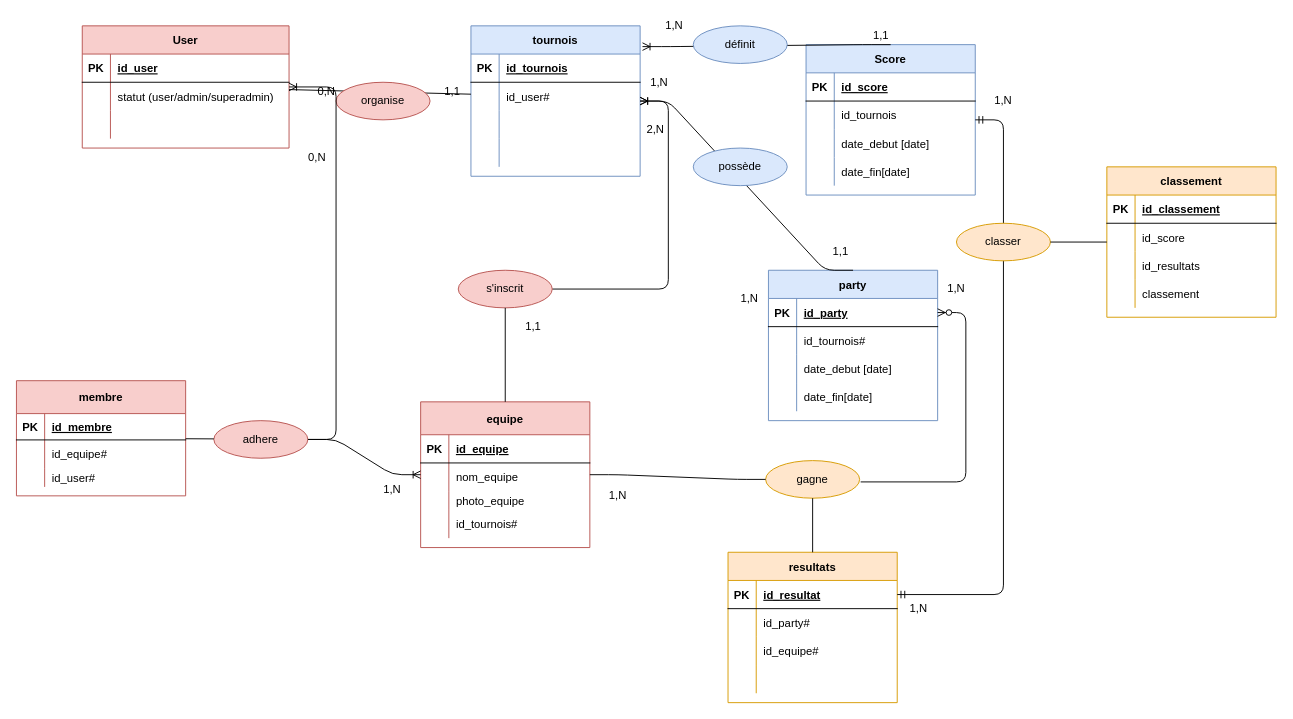
This is Wavy.drawio from Pakulic/Maquettage_Site_web, a draw.io file, before an edit. Source tidied: cells renumbered, new cells numbered last; positions are measured from the earlier drawing's top-left corner, leaving out a move shared by most shapes. Both pictures are drawn from the tidied source at 94%, with x=0, y=0 at pixel (16, 16).
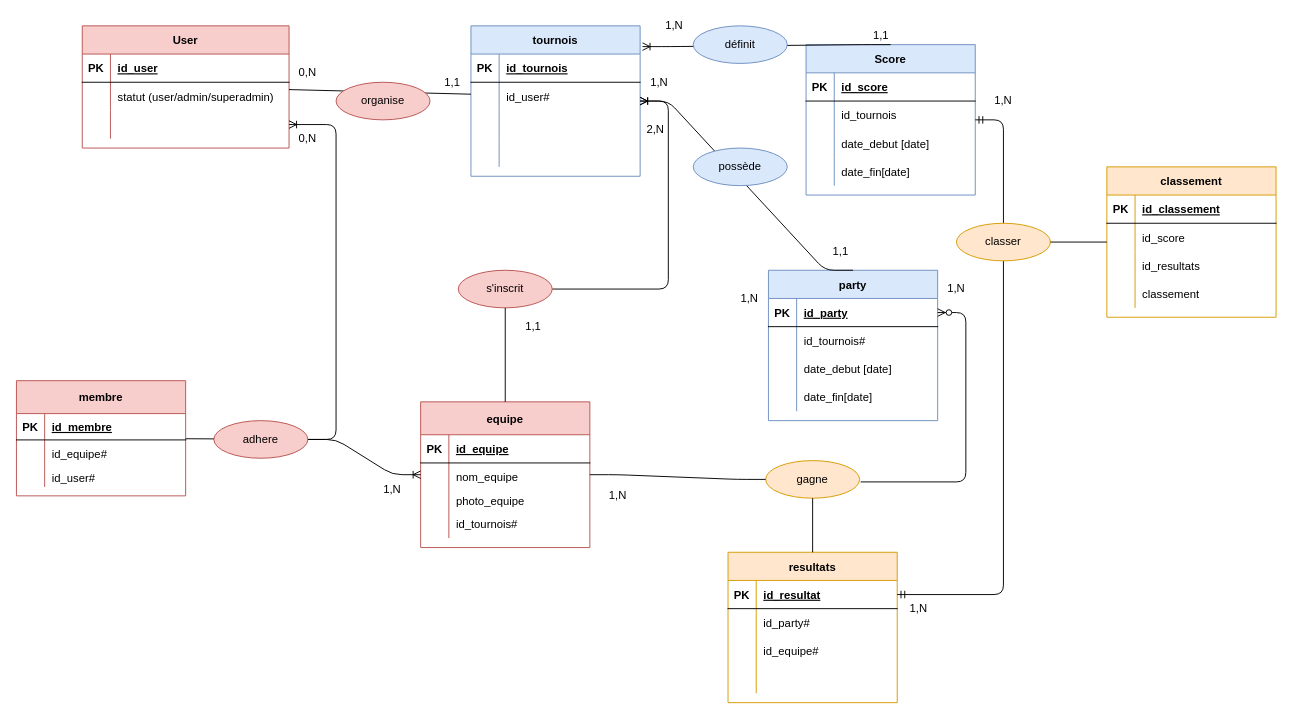
The same diagram, later.

The change refers to these unchanged cells:
```xml
<mxCell id="2" value="User" style="shape=table;startSize=30;childLayout=tableLayout;rowLines=0;fontStyle=1;align=center;fillColor=#f8cecc;strokeColor=#b85450;" parent="1" vertex="1">
  <mxGeometry x="70" y="10" width="220" height="130" as="geometry" />
</mxCell>
<mxCell id="9" style="shape=partialRectangle;fillColor=none;top=0;left=0;bottom=0;right=0;points=[[0,0.5],[1,0.5]];portConstraint=eastwest;" parent="2" vertex="1">
  <mxGeometry y="90" width="220" height="30" as="geometry" />
</mxCell>
<mxCell id="122" value="adhere" style="ellipse;whiteSpace=wrap;html=1;align=center;fillColor=#f8cecc;strokeColor=#b85450;" parent="1" vertex="1">
  <mxGeometry x="210" y="430" width="100" height="40" as="geometry" />
</mxCell>
```

Diff of the diagram source:
```diff
@@
     <mxCell id="28" value="1,1" style="text;html=1;strokeColor=none;fillColor=none;align=center;verticalAlign=middle;whiteSpace=wrap;rounded=0;" parent="1" vertex="1">
-      <mxGeometry x="444" y="70" width="40" height="20" as="geometry" />
+      <mxGeometry x="444" y="60" width="40" height="20" as="geometry" />
     </mxCell>
@@
     <mxCell id="42" value="0,N" style="text;html=1;strokeColor=none;fillColor=none;align=center;verticalAlign=middle;whiteSpace=wrap;rounded=0;" parent="1" vertex="1">
-      <mxGeometry x="310" y="70" width="40" height="20" as="geometry" />
+      <mxGeometry x="290" y="50" width="40" height="20" as="geometry" />
     </mxCell>
@@
     <mxCell id="80" value="0,N" style="text;html=1;strokeColor=none;fillColor=none;align=center;verticalAlign=middle;whiteSpace=wrap;rounded=0;" parent="1" vertex="1">
-      <mxGeometry x="300" y="140" width="40" height="20" as="geometry" />
+      <mxGeometry x="290" y="120" width="40" height="20" as="geometry" />
     </mxCell>
@@
-    <mxCell id="123" style="edgeStyle=entityRelationEdgeStyle;fontSize=12;html=1;endArrow=none;startArrow=ERoneToMany;" parent="1" edge="1" source="2" target="122">
+    <mxCell id="123" style="edgeStyle=entityRelationEdgeStyle;fontSize=12;html=1;endArrow=none;startArrow=ERoneToMany;exitX=1;exitY=0.5;exitDx=0;exitDy=0;" parent="1" edge="1" source="9" target="122">
       <mxGeometry relative="1" as="geometry" />
     </mxCell>
```
